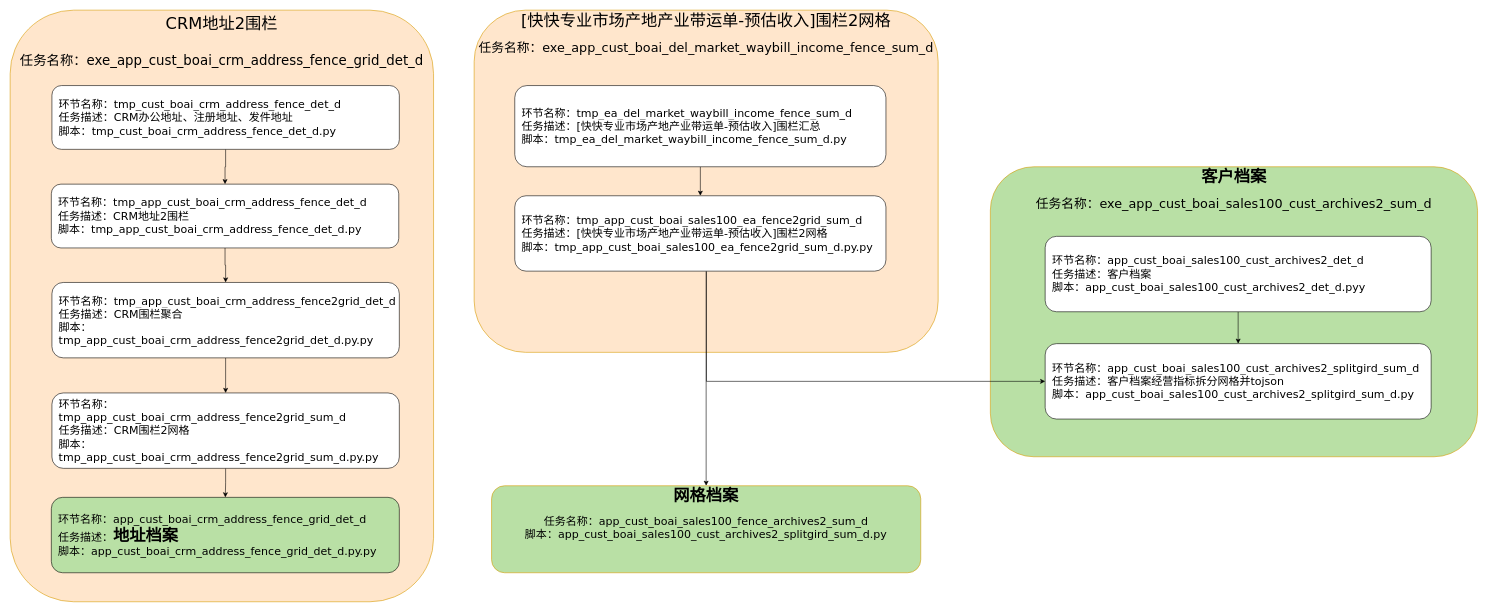
Earlier version of the draw.io diagram page "第 1 页" (1 of 3) of 网格化二期.drawio (tristayan/ck). Source tidied: cells renumbered, new cells numbered last; positions are measured from the earlier drawing's top-left corner, leaving out a move shared by most shapes. Both pictures are drawn from the tidied source at 58%, with x=0, y=0 at pixel (10, 10).
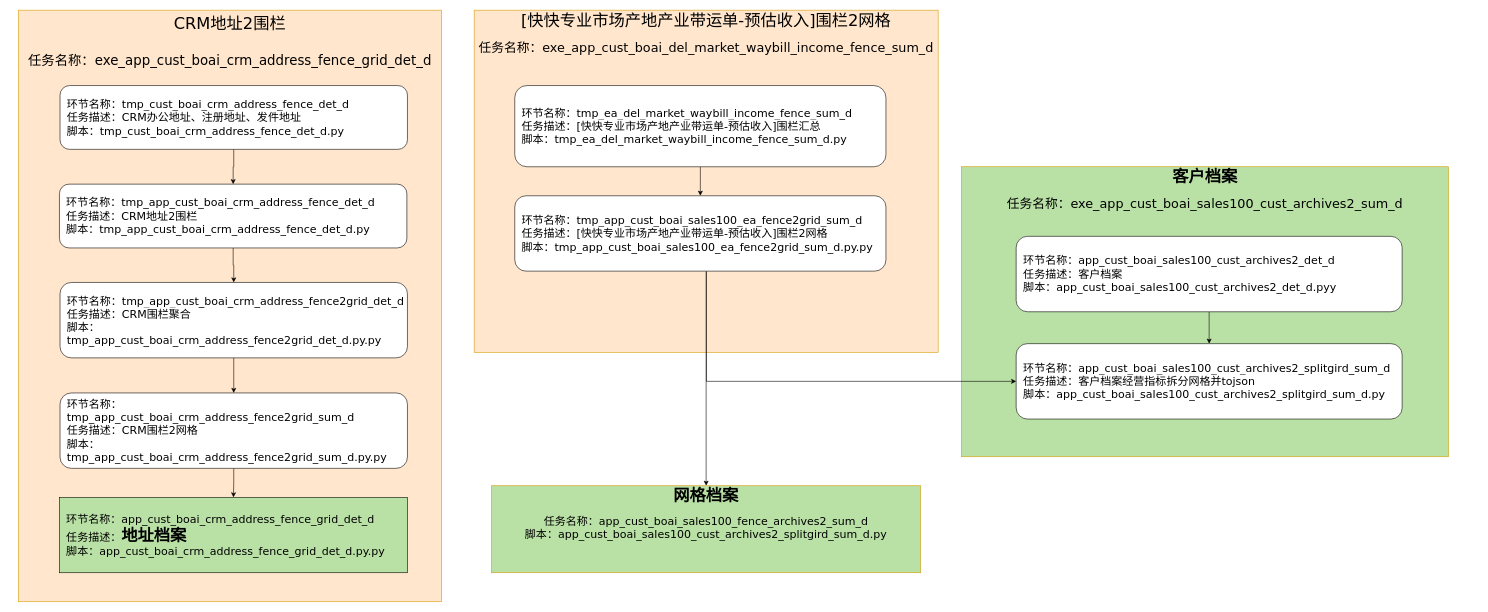
Above is the later version.

Commit message:
更新网格化二期.drawio

What changed in the source:
```diff
@@
-    <mxCell id="2" value="&lt;div style=&quot;line-height: 21px; white-space: pre;&quot;&gt;&lt;span&gt;&lt;font style=&quot;font-size: 28px;&quot;&gt;&lt;b&gt;客户档案&lt;/b&gt;&lt;/font&gt;&lt;/span&gt;&lt;/div&gt;&lt;div style=&quot;line-height: 21px; white-space: pre;&quot;&gt;&lt;span&gt;&lt;font style=&quot;font-size: 22px;&quot;&gt;&lt;br&gt;&lt;/font&gt;&lt;/span&gt;&lt;/div&gt;&lt;div style=&quot;line-height: 21px;&quot;&gt;&lt;font style=&quot;font-size: 22px;&quot;&gt;&lt;span style=&quot;white-space: pre;&quot;&gt;任务名称：&lt;/span&gt;&lt;span style=&quot;white-space: pre;&quot;&gt;&lt;font style=&quot;&quot;&gt;exe_app_cust_boai_sales100_cust_archives2_sum_d&lt;/font&gt;&lt;/span&gt;&lt;/font&gt;&lt;/div&gt;" style="rounded=1;whiteSpace=wrap;html=1;verticalAlign=top;labelBackgroundColor=none;fillColor=#B9E0A5;strokeColor=#d79b00;fontFamily=Verdana;fontSize=19;fontColor=#000000;" parent="1" vertex="1">
-      <mxGeometry x="1690" y="270" width="840" height="500" as="geometry" />
+    <mxCell id="2" value="&lt;div style=&quot;line-height: 21px; white-space: pre;&quot;&gt;&lt;span&gt;&lt;font style=&quot;font-size: 28px;&quot;&gt;&lt;b&gt;客户档案&lt;/b&gt;&lt;/font&gt;&lt;/span&gt;&lt;/div&gt;&lt;div style=&quot;line-height: 21px; white-space: pre;&quot;&gt;&lt;span&gt;&lt;font style=&quot;font-size: 22px;&quot;&gt;&lt;br&gt;&lt;/font&gt;&lt;/span&gt;&lt;/div&gt;&lt;div style=&quot;line-height: 21px;&quot;&gt;&lt;font style=&quot;font-size: 22px;&quot;&gt;&lt;span style=&quot;white-space: pre;&quot;&gt;任务名称：&lt;/span&gt;&lt;span style=&quot;white-space: pre;&quot;&gt;&lt;font style=&quot;&quot;&gt;exe_app_cust_boai_sales100_cust_archives2_sum_d&lt;/font&gt;&lt;/span&gt;&lt;/font&gt;&lt;/div&gt;" style="rounded=0;whiteSpace=wrap;html=1;verticalAlign=top;labelBackgroundColor=none;fillColor=#B9E0A5;strokeColor=#d79b00;fontFamily=Verdana;fontSize=19;fontColor=#000000;" parent="1" vertex="1">
+      <mxGeometry x="1640" y="270" width="840" height="500" as="geometry" />
     </mxCell>
-    <mxCell id="3" value="&lt;font style=&quot;font-size: 28px;&quot;&gt;CRM地址2围栏&lt;/font&gt;&lt;div&gt;&lt;span style=&quot;font-size: 28px;&quot;&gt;&lt;br&gt;&lt;/span&gt;&lt;div&gt;&lt;font style=&quot;font-size: 23px;&quot;&gt;&lt;font style=&quot;&quot;&gt;任务名称：exe_&lt;/font&gt;&lt;span style=&quot;white-space: pre;&quot;&gt;&lt;font style=&quot;&quot;&gt;app_cust_boai_crm_address_fence_grid_det_d&lt;/font&gt;&lt;/span&gt;&lt;/font&gt;&lt;/div&gt;&lt;/div&gt;" style="rounded=1;whiteSpace=wrap;html=1;verticalAlign=top;labelBackgroundColor=none;fillColor=#ffe6cc;strokeColor=#d79b00;fontFamily=Verdana;fontSize=19;fontColor=#000000;" parent="1" vertex="1">
-      <mxGeometry width="730" height="1020" as="geometry" />
+    <mxCell id="3" value="&lt;font style=&quot;font-size: 28px;&quot;&gt;CRM地址2围栏&lt;/font&gt;&lt;div&gt;&lt;span style=&quot;font-size: 28px;&quot;&gt;&lt;br&gt;&lt;/span&gt;&lt;div&gt;&lt;font style=&quot;font-size: 23px;&quot;&gt;&lt;font style=&quot;&quot;&gt;任务名称：exe_&lt;/font&gt;&lt;span style=&quot;white-space: pre;&quot;&gt;&lt;font style=&quot;&quot;&gt;app_cust_boai_crm_address_fence_grid_det_d&lt;/font&gt;&lt;/span&gt;&lt;/font&gt;&lt;/div&gt;&lt;/div&gt;" style="rounded=0;whiteSpace=wrap;html=1;verticalAlign=top;labelBackgroundColor=none;fillColor=#ffe6cc;strokeColor=#d79b00;fontFamily=Verdana;fontSize=19;fontColor=#000000;shadow=0;glass=0;" parent="1" vertex="1">
+      <mxGeometry x="14" width="730" height="1020" as="geometry" />
     </mxCell>
@@
     <mxCell id="5" value="&lt;font style=&quot;background-color: light-dark(#ffffff, var(--ge-dark-color, #121212));&quot;&gt;环节名称：&lt;span style=&quot;text-wrap-mode: nowrap;&quot;&gt;tmp_cust_boai_crm_address_fence_det_d&lt;/span&gt;&lt;/font&gt;&lt;div&gt;&lt;font style=&quot;background-color: light-dark(#ffffff, var(--ge-dark-color, #121212));&quot;&gt;&lt;span style=&quot;text-wrap-mode: nowrap;&quot;&gt;任务描述：&lt;/span&gt;&lt;span&gt;CRM办公地址、注册地址、发件地址&lt;/span&gt;&lt;/font&gt;&lt;/div&gt;&lt;div&gt;&lt;font style=&quot;background-color: light-dark(#ffffff, var(--ge-dark-color, #121212));&quot;&gt;&lt;span&gt;脚本：&lt;/span&gt;&lt;/font&gt;&lt;span style=&quot;background-color: rgb(255, 255, 255); text-wrap-mode: nowrap;&quot;&gt;tmp_cust_boai_crm_address_fence_det_d.py&lt;/span&gt;&lt;/div&gt;" style="rounded=1;whiteSpace=wrap;html=1;align=left;fontColor=#000000;spacingLeft=10;fontFamily=Verdana;fontSize=19;" parent="1" vertex="1">
-      <mxGeometry x="72" y="130" width="599" height="110" as="geometry" />
+      <mxGeometry x="86" y="130" width="599" height="110" as="geometry" />
     </mxCell>
@@
     <mxCell id="7" value="&lt;font style=&quot;background-color: light-dark(#ffffff, var(--ge-dark-color, #121212));&quot;&gt;环节名称：&lt;/font&gt;&lt;font&gt;&lt;span style=&quot;text-wrap-mode: nowrap;&quot;&gt;tmp_app_cust_boai_crm_address_fence_det_d&lt;/span&gt;&lt;/font&gt;&lt;div&gt;&lt;font style=&quot;background-color: light-dark(#ffffff, var(--ge-dark-color, #121212));&quot;&gt;&lt;span style=&quot;text-wrap-mode: nowrap;&quot;&gt;任务描述：&lt;/span&gt;&lt;span&gt;CRM地址2围栏&lt;/span&gt;&lt;/font&gt;&lt;/div&gt;&lt;div&gt;&lt;font&gt;&lt;span style=&quot;background-color: rgb(255, 255, 255);&quot;&gt;脚本：&lt;/span&gt;&lt;/font&gt;&lt;span style=&quot;text-wrap-mode: nowrap; background-color: transparent;&quot;&gt;tmp_app_cust_boai_crm_address_fence_det_d.py&lt;/span&gt;&lt;/div&gt;" style="rounded=1;whiteSpace=wrap;html=1;align=left;fontColor=#000000;spacingLeft=10;fontFamily=Verdana;fontSize=19;" parent="1" vertex="1">
-      <mxGeometry x="71" y="300" width="599" height="110" as="geometry" />
+      <mxGeometry x="85" y="300" width="599" height="110" as="geometry" />
     </mxCell>
-    <mxCell id="8" value="&lt;div style=&quot;line-height: 21px; white-space: pre;&quot;&gt;&lt;span style=&quot;&quot;&gt;&lt;font style=&quot;font-size: 28px;&quot;&gt;[快快专业市场产地产业带运单-预估收入]围栏2网格&lt;/font&gt;&lt;/span&gt;&lt;/div&gt;&lt;div style=&quot;line-height: 21px; white-space: pre;&quot;&gt;&lt;span style=&quot;&quot;&gt;&lt;font style=&quot;font-size: 28px;&quot;&gt;&lt;br&gt;&lt;/font&gt;&lt;/span&gt;&lt;/div&gt;&lt;div style=&quot;line-height: 21px; white-space: pre;&quot;&gt;&lt;span style=&quot;&quot;&gt;&lt;font style=&quot;font-size: 22px;&quot;&gt;任务名称：exe_app_cust_boai_del_market_waybill_income_fence_sum_d&lt;/font&gt;&lt;/span&gt;&lt;/div&gt;" style="rounded=1;whiteSpace=wrap;html=1;verticalAlign=top;labelBackgroundColor=none;fillColor=#ffe6cc;strokeColor=#d79b00;fontFamily=Verdana;fontSize=19;fontColor=#000000;" parent="1" vertex="1">
+    <mxCell id="8" value="&lt;div style=&quot;line-height: 21px; white-space: pre;&quot;&gt;&lt;span style=&quot;&quot;&gt;&lt;font style=&quot;font-size: 28px;&quot;&gt;[快快专业市场产地产业带运单-预估收入]围栏2网格&lt;/font&gt;&lt;/span&gt;&lt;/div&gt;&lt;div style=&quot;line-height: 21px; white-space: pre;&quot;&gt;&lt;span style=&quot;&quot;&gt;&lt;font style=&quot;font-size: 28px;&quot;&gt;&lt;br&gt;&lt;/font&gt;&lt;/span&gt;&lt;/div&gt;&lt;div style=&quot;line-height: 21px; white-space: pre;&quot;&gt;&lt;span style=&quot;&quot;&gt;&lt;font style=&quot;font-size: 22px;&quot;&gt;任务名称：exe_app_cust_boai_del_market_waybill_income_fence_sum_d&lt;/font&gt;&lt;/span&gt;&lt;/div&gt;" style="rounded=0;whiteSpace=wrap;html=1;verticalAlign=top;labelBackgroundColor=none;fillColor=#ffe6cc;strokeColor=#d79b00;fontFamily=Verdana;fontSize=19;fontColor=#000000;glass=0;" parent="1" vertex="1">
       <mxGeometry x="800" width="800" height="590" as="geometry" />
     </mxCell>
@@
     <mxCell id="15" value="&lt;font style=&quot;background-color: light-dark(#ffffff, var(--ge-dark-color, #121212));&quot;&gt;环节名称：&lt;/font&gt;&lt;font&gt;&lt;span style=&quot;text-wrap-mode: nowrap;&quot;&gt;tmp_app_cust_boai_crm_address_fence2grid_det_d&lt;/span&gt;&lt;/font&gt;&lt;div&gt;&lt;font style=&quot;background-color: light-dark(#ffffff, var(--ge-dark-color, #121212));&quot;&gt;&lt;span style=&quot;text-wrap-mode: nowrap;&quot;&gt;任务描述：&lt;/span&gt;&lt;span&gt;CRM围栏聚合&lt;/span&gt;&lt;/font&gt;&lt;/div&gt;&lt;div&gt;&lt;font&gt;&lt;span style=&quot;background-color: rgb(255, 255, 255);&quot;&gt;脚本：&lt;/span&gt;&lt;/font&gt;&lt;span style=&quot;background-color: transparent;&quot;&gt;&lt;font&gt;&lt;span style=&quot;text-wrap-mode: nowrap;&quot;&gt;tmp_app_cust_boai_crm_address_fence2grid_det_d&lt;/span&gt;&lt;/font&gt;&lt;/span&gt;&lt;span style=&quot;text-wrap-mode: nowrap; background-color: transparent;&quot;&gt;.py&lt;/span&gt;&lt;span style=&quot;text-wrap-mode: nowrap; background-color: transparent;&quot;&gt;.py&lt;/span&gt;&lt;/div&gt;" style="rounded=1;whiteSpace=wrap;html=1;align=left;fontColor=#000000;spacingLeft=10;fontFamily=Verdana;fontSize=19;" parent="1" vertex="1">
-      <mxGeometry x="72" y="469.5" width="599" height="130" as="geometry" />
+      <mxGeometry x="86" y="469.5" width="599" height="130" as="geometry" />
     </mxCell>
@@
     <mxCell id="17" value="&lt;font style=&quot;background-color: light-dark(#ffffff, var(--ge-dark-color, #121212));&quot;&gt;环节名称：&lt;/font&gt;&lt;font&gt;&lt;span style=&quot;text-wrap-mode: nowrap;&quot;&gt;tmp_app_cust_boai_crm_address_fence2grid_sum_d&lt;/span&gt;&lt;/font&gt;&lt;div&gt;&lt;font style=&quot;background-color: light-dark(#ffffff, var(--ge-dark-color, #121212));&quot;&gt;&lt;span style=&quot;text-wrap-mode: nowrap;&quot;&gt;任务描述：&lt;/span&gt;&lt;span&gt;CRM围栏2网格&lt;/span&gt;&lt;/font&gt;&lt;/div&gt;&lt;div&gt;&lt;font&gt;&lt;span style=&quot;background-color: rgb(255, 255, 255);&quot;&gt;脚本：&lt;/span&gt;&lt;/font&gt;&lt;span style=&quot;background-color: transparent;&quot;&gt;&lt;font&gt;&lt;span style=&quot;text-wrap-mode: nowrap;&quot;&gt;tmp_app_cust_boai_crm_address_fence2grid_sum_d&lt;/span&gt;&lt;/font&gt;&lt;/span&gt;&lt;span style=&quot;text-wrap-mode: nowrap; background-color: transparent;&quot;&gt;.py&lt;/span&gt;&lt;span style=&quot;text-wrap-mode: nowrap; background-color: transparent;&quot;&gt;.py&lt;/span&gt;&lt;/div&gt;" style="rounded=1;whiteSpace=wrap;html=1;align=left;fontColor=#000000;spacingLeft=10;fontFamily=Verdana;fontSize=19;" parent="1" vertex="1">
-      <mxGeometry x="72" y="660" width="599" height="130" as="geometry" />
+      <mxGeometry x="86" y="660" width="599" height="130" as="geometry" />
     </mxCell>
@@
     <mxCell id="19" value="&lt;font style=&quot;background-color: light-dark(#ffffff, var(--ge-dark-color, #121212));&quot;&gt;&lt;font&gt;环节名称：&lt;/font&gt;&lt;span style=&quot;white-space: pre;&quot;&gt;app_cust_boai_sales100_cust_archives2_det_d&lt;/span&gt;&lt;/font&gt;&lt;div&gt;&lt;font style=&quot;background-color: light-dark(#ffffff, var(--ge-dark-color, #121212));&quot;&gt;&lt;font&gt;&lt;span style=&quot;text-wrap-mode: nowrap;&quot;&gt;任务描述：&lt;/span&gt;&lt;/font&gt;&lt;span style=&quot;white-space: pre;&quot;&gt;客户档案&lt;/span&gt;&lt;/font&gt;&lt;/div&gt;&lt;div&gt;&lt;font style=&quot;background-color: light-dark(#ffffff, var(--ge-dark-color, #121212));&quot;&gt;&lt;font&gt;&lt;span&gt;脚本：&lt;/span&gt;&lt;/font&gt;&lt;span style=&quot;white-space: pre;&quot;&gt;app_cust_boai_sales100_cust_archives2_det_d.py&lt;/span&gt;&lt;/font&gt;&lt;span style=&quot;text-wrap-mode: nowrap; background-color: transparent;&quot;&gt;y&lt;/span&gt;&lt;/div&gt;" style="rounded=1;whiteSpace=wrap;html=1;align=left;fontColor=#000000;spacingLeft=10;fontFamily=Verdana;fontSize=19;" parent="1" vertex="1">
-      <mxGeometry x="1784.5" y="390" width="665.5" height="130" as="geometry" />
+      <mxGeometry x="1734.5" y="390" width="665.5" height="130" as="geometry" />
     </mxCell>
     <mxCell id="20" value="&lt;font style=&quot;background-color: light-dark(#ffffff, var(--ge-dark-color, #121212));&quot;&gt;&lt;font&gt;&lt;font&gt;环节名称：&lt;/font&gt;&lt;/font&gt;&lt;span style=&quot;white-space: pre;&quot;&gt;app_cust_boai_sales100_cust_archives2_splitgird_sum_d&lt;/span&gt;&lt;/font&gt;&lt;div&gt;&lt;font style=&quot;background-color: light-dark(#ffffff, var(--ge-dark-color, #121212));&quot;&gt;&lt;font&gt;&lt;span style=&quot;text-wrap-mode: nowrap;&quot;&gt;任务描述：&lt;/span&gt;&lt;/font&gt;&lt;span style=&quot;white-space: pre;&quot;&gt;客户档案经营指标拆分网格并tojson&lt;/span&gt;&lt;/font&gt;&lt;/div&gt;&lt;div&gt;&lt;font style=&quot;background-color: light-dark(#ffffff, var(--ge-dark-color, #121212));&quot;&gt;&lt;font&gt;&lt;font&gt;&lt;span&gt;脚本：&lt;/span&gt;&lt;/font&gt;&lt;span style=&quot;white-space: pre;&quot;&gt;app_cust_boai_sales100_cust_archives2_splitgird_sum_d&lt;/span&gt;&lt;/font&gt;&lt;font&gt;&lt;span style=&quot;white-space: pre;&quot;&gt;.py&lt;/span&gt;&lt;/font&gt;&lt;/font&gt;&lt;/div&gt;" style="rounded=1;whiteSpace=wrap;html=1;align=left;fontColor=#000000;spacingLeft=10;fontFamily=Verdana;fontSize=19;" parent="1" vertex="1">
-      <mxGeometry x="1784.5" y="575" width="665.5" height="130" as="geometry" />
+      <mxGeometry x="1734.5" y="575" width="665.5" height="130" as="geometry" />
     </mxCell>
-    <mxCell id="21" value="&lt;font&gt;环节名称：&lt;/font&gt;&lt;span style=&quot;&quot;&gt;app_cust_boai_crm_address_fence_grid_det_d&lt;/span&gt;&lt;div&gt;&lt;font&gt;&lt;span style=&quot;text-wrap-mode: nowrap;&quot;&gt;任务描述：&lt;/span&gt;&lt;span&gt;&lt;font style=&quot;font-size: 28px;&quot;&gt;&lt;b&gt;地址档案&lt;/b&gt;&lt;/font&gt;&lt;/span&gt;&lt;/font&gt;&lt;/div&gt;&lt;div&gt;&lt;font&gt;&lt;span&gt;脚本：&lt;/span&gt;&lt;/font&gt;&lt;span style=&quot;&quot;&gt;app_cust_boai_crm_address_fence_grid_det_d&lt;/span&gt;&lt;span style=&quot;text-wrap-mode: nowrap;&quot;&gt;.py&lt;/span&gt;&lt;span style=&quot;text-wrap-mode: nowrap;&quot;&gt;.py&lt;/span&gt;&lt;/div&gt;" style="rounded=1;whiteSpace=wrap;html=1;align=left;fontColor=#000000;spacingLeft=10;labelBackgroundColor=none;fillColor=#B9E0A5;fontFamily=Verdana;fontSize=19;" parent="1" vertex="1">
-      <mxGeometry x="71" y="840" width="600" height="130" as="geometry" />
+    <mxCell id="21" value="&lt;font&gt;环节名称：&lt;/font&gt;&lt;span style=&quot;&quot;&gt;app_cust_boai_crm_address_fence_grid_det_d&lt;/span&gt;&lt;div&gt;&lt;font&gt;&lt;span style=&quot;text-wrap-mode: nowrap;&quot;&gt;任务描述：&lt;/span&gt;&lt;span&gt;&lt;font style=&quot;font-size: 28px;&quot;&gt;&lt;b&gt;地址档案&lt;/b&gt;&lt;/font&gt;&lt;/span&gt;&lt;/font&gt;&lt;/div&gt;&lt;div&gt;&lt;font&gt;&lt;span&gt;脚本：&lt;/span&gt;&lt;/font&gt;&lt;span style=&quot;&quot;&gt;app_cust_boai_crm_address_fence_grid_det_d&lt;/span&gt;&lt;span style=&quot;text-wrap-mode: nowrap;&quot;&gt;.py&lt;/span&gt;&lt;span style=&quot;text-wrap-mode: nowrap;&quot;&gt;.py&lt;/span&gt;&lt;/div&gt;" style="rounded=0;whiteSpace=wrap;html=1;align=left;fontColor=#000000;spacingLeft=10;labelBackgroundColor=none;fillColor=#B9E0A5;fontFamily=Verdana;fontSize=19;" parent="1" vertex="1">
+      <mxGeometry x="85" y="840" width="600" height="130" as="geometry" />
     </mxCell>
-    <mxCell id="22" value="&lt;div style=&quot;line-height: 21px; white-space: pre;&quot;&gt;&lt;span&gt;&lt;font style=&quot;font-size: 28px;&quot;&gt;&lt;b&gt;网格档案&lt;/b&gt;&lt;/font&gt;&lt;/span&gt;&lt;/div&gt;&lt;div style=&quot;line-height: 21px; white-space: pre;&quot;&gt;&lt;span&gt;&lt;br&gt;&lt;/span&gt;&lt;/div&gt;&lt;div style=&quot;line-height: 21px;&quot;&gt;&lt;span style=&quot;white-space: pre;&quot;&gt;任务名称：&lt;/span&gt;&lt;span style=&quot;white-space: pre;&quot;&gt;&lt;font style=&quot;&quot;&gt;app_cust_boai_sales100_fence_archives2_sum_d&lt;/font&gt;&lt;/span&gt;&lt;/div&gt;&lt;div style=&quot;line-height: 21px;&quot;&gt;&lt;span style=&quot;white-space: pre;&quot;&gt;&lt;font style=&quot;&quot;&gt;&lt;font style=&quot;text-align: left; white-space: normal;&quot;&gt;&lt;font&gt;&lt;span&gt;脚本：&lt;/span&gt;&lt;/font&gt;&lt;span style=&quot;white-space: pre;&quot;&gt;app_cust_boai_sales100_cust_archives2_splitgird_sum_d&lt;/span&gt;&lt;/font&gt;&lt;font style=&quot;text-align: left; white-space: normal;&quot;&gt;&lt;span style=&quot;white-space: pre;&quot;&gt;.py&lt;/span&gt;&lt;/font&gt;&lt;/font&gt;&lt;/span&gt;&lt;/div&gt;" style="rounded=1;whiteSpace=wrap;html=1;verticalAlign=top;labelBackgroundColor=none;fillColor=#B9E0A5;strokeColor=#d79b00;fontFamily=Verdana;fontSize=19;fontColor=#000000;" parent="1" vertex="1">
+    <mxCell id="22" value="&lt;div style=&quot;line-height: 21px; white-space: pre;&quot;&gt;&lt;span&gt;&lt;font style=&quot;font-size: 28px;&quot;&gt;&lt;b&gt;网格档案&lt;/b&gt;&lt;/font&gt;&lt;/span&gt;&lt;/div&gt;&lt;div style=&quot;line-height: 21px; white-space: pre;&quot;&gt;&lt;span&gt;&lt;br&gt;&lt;/span&gt;&lt;/div&gt;&lt;div style=&quot;line-height: 21px;&quot;&gt;&lt;span style=&quot;white-space: pre;&quot;&gt;任务名称：&lt;/span&gt;&lt;span style=&quot;white-space: pre;&quot;&gt;&lt;font style=&quot;&quot;&gt;app_cust_boai_sales100_fence_archives2_sum_d&lt;/font&gt;&lt;/span&gt;&lt;/div&gt;&lt;div style=&quot;line-height: 21px;&quot;&gt;&lt;span style=&quot;white-space: pre;&quot;&gt;&lt;font style=&quot;&quot;&gt;&lt;font style=&quot;text-align: left; white-space: normal;&quot;&gt;&lt;font&gt;&lt;span&gt;脚本：&lt;/span&gt;&lt;/font&gt;&lt;span style=&quot;white-space: pre;&quot;&gt;app_cust_boai_sales100_cust_archives2_splitgird_sum_d&lt;/span&gt;&lt;/font&gt;&lt;font style=&quot;text-align: left; white-space: normal;&quot;&gt;&lt;span style=&quot;white-space: pre;&quot;&gt;.py&lt;/span&gt;&lt;/font&gt;&lt;/font&gt;&lt;/span&gt;&lt;/div&gt;" style="rounded=0;whiteSpace=wrap;html=1;verticalAlign=top;labelBackgroundColor=none;fillColor=#B9E0A5;strokeColor=#d79b00;fontFamily=Verdana;fontSize=19;fontColor=#000000;" parent="1" vertex="1">
       <mxGeometry x="830" y="820" width="740" height="150" as="geometry" />
     </mxCell>
```
